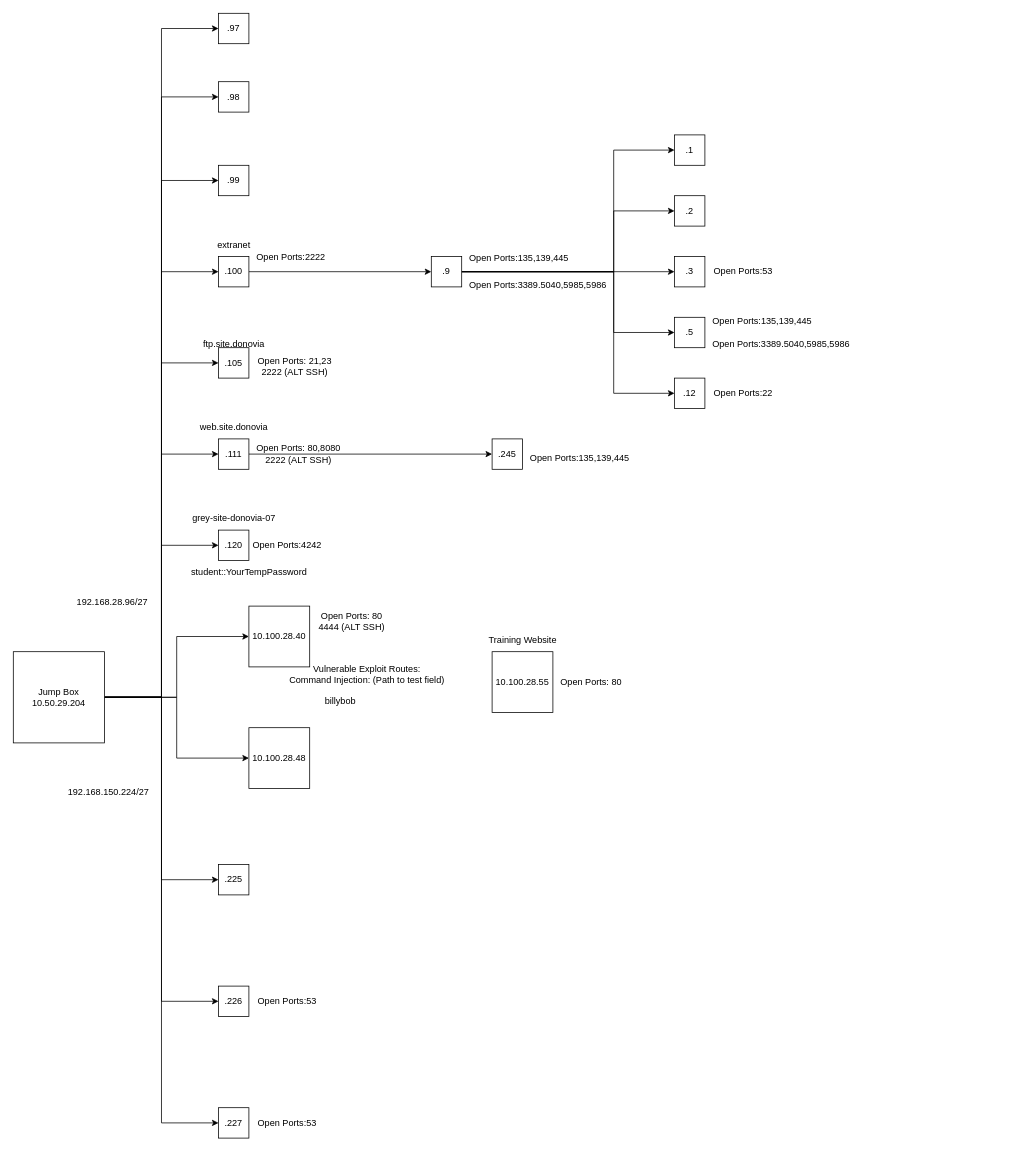
LukeaBrown/COSC keeps this draw.io diagram as Security/Untitled Diagram.drawio. Above is the earlier version. Source tidied: cells renumbered, new cells numbered last; positions are measured from the earlier drawing's top-left corner, leaving out a move shared by most shapes. Both pictures are drawn from the tidied source at 76%, with x=0, y=0 at pixel (13, 13).
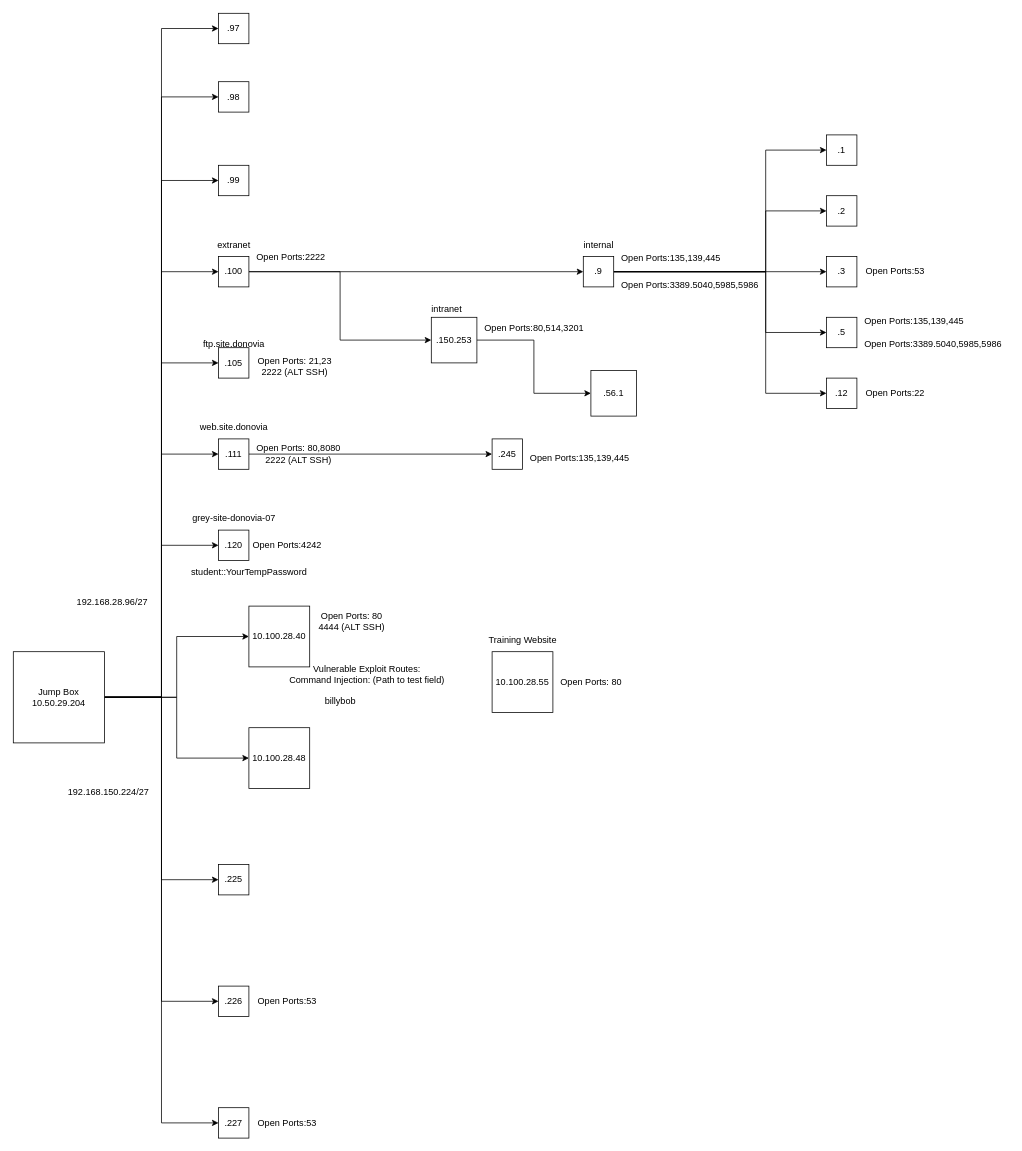
After the change.

Unchanged cells that the change refers to:
```xml
<mxCell id="19" value=".100" style="whiteSpace=wrap;html=1;" parent="1" vertex="1">
  <mxGeometry x="270" y="320" width="40" height="40" as="geometry" />
</mxCell>
```

Diff of the diagram source:
```diff
@@
+    <mxCell id="67" style="edgeStyle=orthogonalEdgeStyle;rounded=0;jettySize=auto;html=1;entryX=0;entryY=0.5;entryDx=0;entryDy=0;exitX=1;exitY=0.5;exitDx=0;exitDy=0;" parent="1" edge="1" source="19" target="69">
+      <mxGeometry relative="1" as="geometry" />
+    </mxCell>
@@
     <mxCell id="33" value="Open Ports:22" style="text;html=1;align=center;verticalAlign=middle;strokeColor=none;fillColor=none;" parent="1" vertex="1">
-      <mxGeometry x="910" y="485" width="100" height="30" as="geometry" />
+      <mxGeometry x="1110" y="485" width="100" height="30" as="geometry" />
     </mxCell>
     <mxCell id="34" value="Open Ports:53" style="text;html=1;align=center;verticalAlign=middle;strokeColor=none;fillColor=none;" parent="1" vertex="1">
-      <mxGeometry x="910" y="325" width="100" height="30" as="geometry" />
+      <mxGeometry x="1110" y="325" width="100" height="30" as="geometry" />
     </mxCell>
@@
     <mxCell id="52" style="edgeStyle=orthogonalEdgeStyle;rounded=0;jettySize=auto;html=1;entryX=0;entryY=0.5;entryDx=0;entryDy=0;" parent="1" edge="1" source="57" target="60">
       <mxGeometry relative="1" as="geometry">
         <Array as="points">
-          <mxPoint x="790" y="340" />
-          <mxPoint x="790" y="180" />
+          <mxPoint x="990" y="340" />
+          <mxPoint x="990" y="180" />
         </Array>
       </mxGeometry>
     </mxCell>
     <mxCell id="53" style="edgeStyle=orthogonalEdgeStyle;rounded=0;jettySize=auto;html=1;entryX=0;entryY=0.5;entryDx=0;entryDy=0;" parent="1" edge="1" source="57" target="64">
       <mxGeometry relative="1" as="geometry">
         <Array as="points">
-          <mxPoint x="790" y="340" />
-          <mxPoint x="790" y="500" />
+          <mxPoint x="990" y="340" />
+          <mxPoint x="990" y="500" />
         </Array>
       </mxGeometry>
     </mxCell>
@@
     <mxCell id="55" style="edgeStyle=orthogonalEdgeStyle;rounded=0;jettySize=auto;html=1;entryX=0;entryY=0.5;entryDx=0;entryDy=0;" parent="1" edge="1" source="57" target="61">
       <mxGeometry relative="1" as="geometry">
         <Array as="points">
-          <mxPoint x="790" y="340" />
-          <mxPoint x="790" y="260" />
+          <mxPoint x="990" y="340" />
+          <mxPoint x="990" y="260" />
         </Array>
       </mxGeometry>
     </mxCell>
     <mxCell id="56" style="edgeStyle=orthogonalEdgeStyle;rounded=0;jettySize=auto;html=1;entryX=0;entryY=0.5;entryDx=0;entryDy=0;" parent="1" edge="1" source="57" target="63">
       <mxGeometry relative="1" as="geometry">
         <Array as="points">
-          <mxPoint x="790" y="340" />
-          <mxPoint x="790" y="420" />
+          <mxPoint x="990" y="340" />
+          <mxPoint x="990" y="420" />
         </Array>
       </mxGeometry>
     </mxCell>
     <mxCell id="57" value=".9" style="whiteSpace=wrap;html=1;" parent="1" vertex="1">
-      <mxGeometry x="550" y="320" width="40" height="40" as="geometry" />
+      <mxGeometry x="750" y="320" width="40" height="40" as="geometry" />
     </mxCell>
     <mxCell id="58" value="Open Ports:135,139,445" style="text;html=1;align=center;verticalAlign=middle;strokeColor=none;fillColor=none;" parent="1" vertex="1">
-      <mxGeometry x="590" y="307.5" width="150" height="30" as="geometry" />
+      <mxGeometry x="790" y="307.5" width="150" height="30" as="geometry" />
     </mxCell>
     <mxCell id="59" value="Open Ports:3389.5040,5985,5986" style="text;html=1;align=center;verticalAlign=middle;strokeColor=none;fillColor=none;" parent="1" vertex="1">
-      <mxGeometry x="590" y="342.5" width="200" height="30" as="geometry" />
+      <mxGeometry x="790" y="342.5" width="200" height="30" as="geometry" />
     </mxCell>
     <mxCell id="60" value=".1" style="whiteSpace=wrap;html=1;" parent="1" vertex="1">
-      <mxGeometry x="870" y="160" width="40" height="40" as="geometry" />
+      <mxGeometry x="1070" y="160" width="40" height="40" as="geometry" />
     </mxCell>
     <mxCell id="61" value=".2" style="whiteSpace=wrap;html=1;" parent="1" vertex="1">
-      <mxGeometry x="870" y="240" width="40" height="40" as="geometry" />
+      <mxGeometry x="1070" y="240" width="40" height="40" as="geometry" />
     </mxCell>
     <mxCell id="62" value=".3" style="whiteSpace=wrap;html=1;" parent="1" vertex="1">
-      <mxGeometry x="870" y="320" width="40" height="40" as="geometry" />
+      <mxGeometry x="1070" y="320" width="40" height="40" as="geometry" />
     </mxCell>
     <mxCell id="63" value=".5" style="whiteSpace=wrap;html=1;" parent="1" vertex="1">
-      <mxGeometry x="870" y="400" width="40" height="40" as="geometry" />
+      <mxGeometry x="1070" y="400" width="40" height="40" as="geometry" />
     </mxCell>
     <mxCell id="64" value=".12" style="whiteSpace=wrap;html=1;" parent="1" vertex="1">
-      <mxGeometry x="870" y="480" width="40" height="40" as="geometry" />
+      <mxGeometry x="1070" y="480" width="40" height="40" as="geometry" />
     </mxCell>
     <mxCell id="65" value="Open Ports:135,139,445" style="text;html=1;align=center;verticalAlign=middle;strokeColor=none;fillColor=none;" parent="1" vertex="1">
-      <mxGeometry x="910" y="390" width="150" height="30" as="geometry" />
+      <mxGeometry x="1110" y="390" width="150" height="30" as="geometry" />
     </mxCell>
     <mxCell id="66" value="Open Ports:3389.5040,5985,5986" style="text;html=1;align=center;verticalAlign=middle;strokeColor=none;fillColor=none;" parent="1" vertex="1">
-      <mxGeometry x="910" y="420" width="200" height="30" as="geometry" />
+      <mxGeometry x="1110" y="420" width="200" height="30" as="geometry" />
     </mxCell>
+    <mxCell id="68" style="edgeStyle=orthogonalEdgeStyle;rounded=0;jettySize=auto;html=1;entryX=0;entryY=0.5;entryDx=0;entryDy=0;" parent="1" edge="1" source="69" target="73">
+      <mxGeometry relative="1" as="geometry" />
+    </mxCell>
+    <mxCell id="69" value=".150.253" style="whiteSpace=wrap;html=1;" parent="1" vertex="1">
+      <mxGeometry x="550" y="400" width="60" height="60" as="geometry" />
+    </mxCell>
+    <mxCell id="70" value="&lt;div&gt;Open Ports:80,514,3201&lt;/div&gt;" style="text;html=1;align=center;verticalAlign=middle;strokeColor=none;fillColor=none;" parent="1" vertex="1">
+      <mxGeometry x="610" y="400" width="150" height="30" as="geometry" />
+    </mxCell>
+    <mxCell id="71" value="intranet" style="text;html=1;align=center;verticalAlign=middle;strokeColor=none;fillColor=none;" parent="1" vertex="1">
+      <mxGeometry x="540" y="375" width="60" height="30" as="geometry" />
+    </mxCell>
+    <mxCell id="72" value="&amp;nbsp;" style="text;whiteSpace=wrap;html=1;" parent="1" vertex="1">
+      <mxGeometry x="550" y="370" width="40" height="40" as="geometry" />
+    </mxCell>
+    <mxCell id="73" value=".56.1" style="whiteSpace=wrap;html=1;" parent="1" vertex="1">
+      <mxGeometry x="760" y="470" width="60" height="60" as="geometry" />
+    </mxCell>
+    <mxCell id="74" value="internal" style="text;html=1;align=center;verticalAlign=middle;strokeColor=none;fillColor=none;" parent="1" vertex="1">
+      <mxGeometry x="740" y="290" width="60" height="30" as="geometry" />
+    </mxCell>
```
